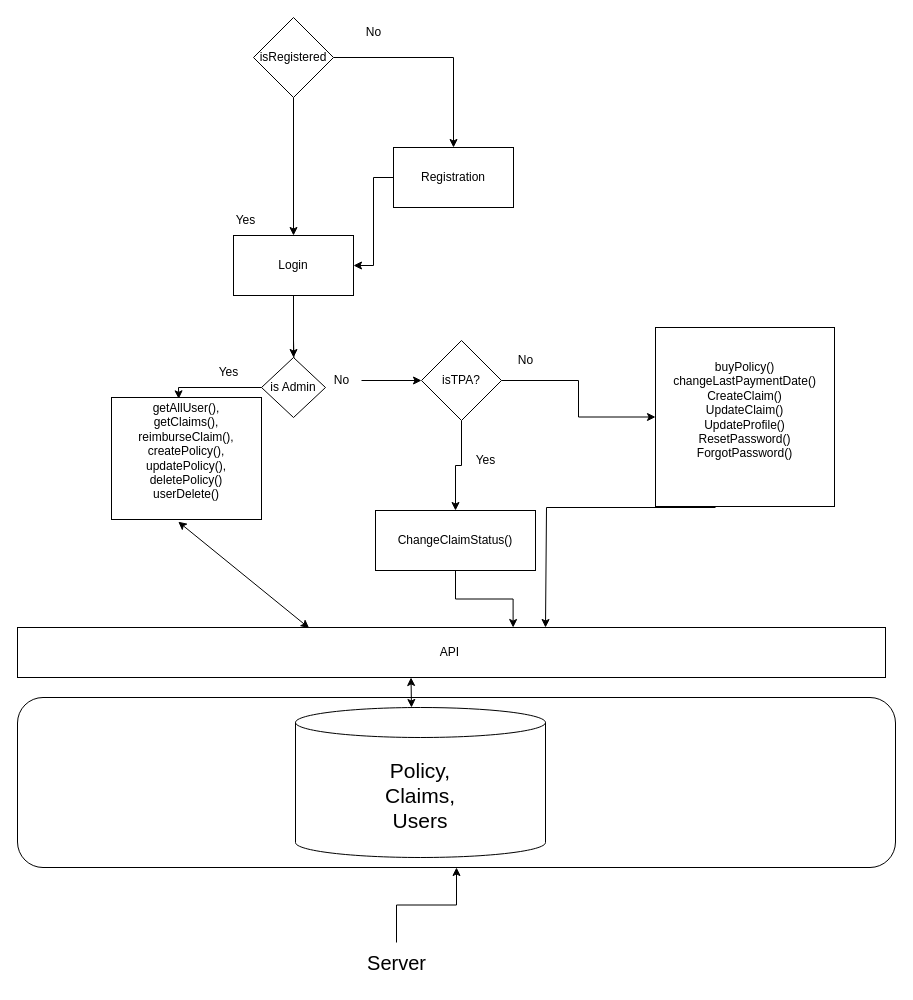
Above: LLD/MYLLD DETAILED.drawio in gautam-u-hub/Claims-Management-System----DEMO (draw.io), before the change. Source tidied: cells renumbered, new cells numbered last; positions are measured from the earlier drawing's top-left corner, leaving out a move shared by most shapes. Both pictures are drawn from the tidied source at 100%, with x=0, y=0 at pixel (17, 17).
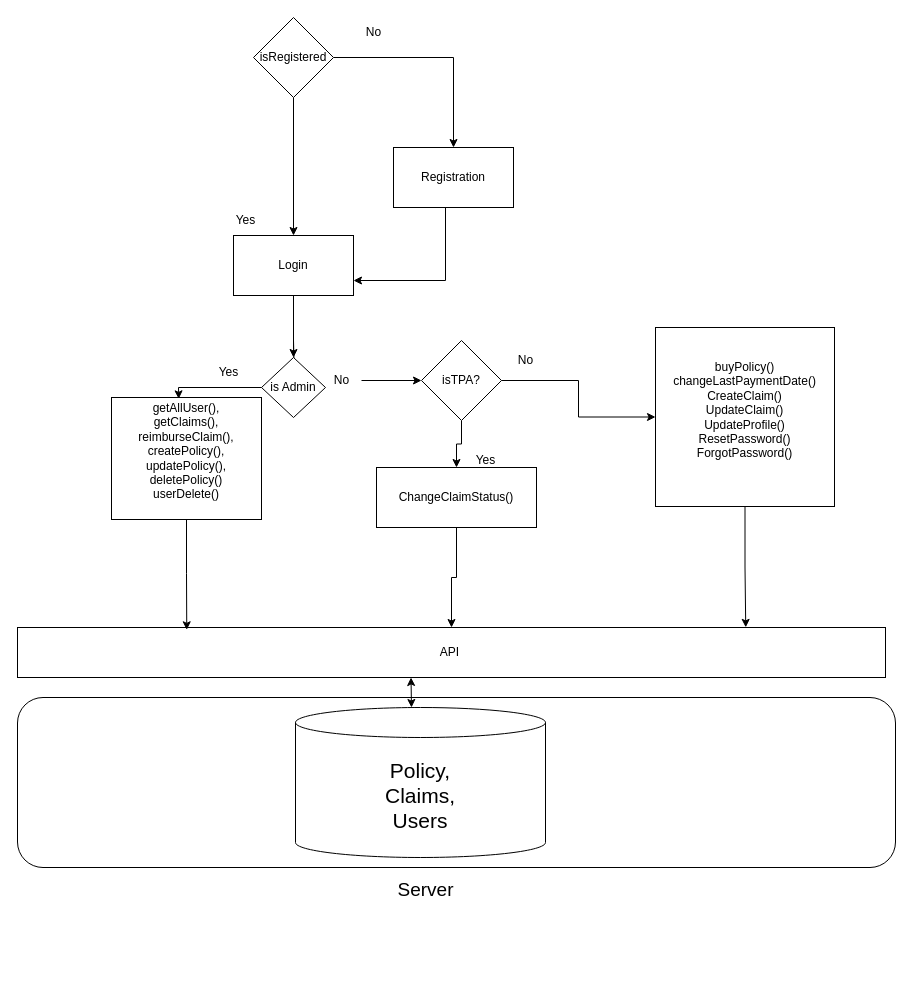
The same page after the edit.

The change refers to these unchanged cells:
```xml
<mxCell id="2" style="rounded=1;whiteSpace=wrap;html=1;" parent="1" vertex="1">
  <mxGeometry y="680" width="878" height="170" as="geometry" />
</mxCell>
<mxCell id="3" value="API&amp;nbsp;" style="rounded=0;whiteSpace=wrap;html=1;" parent="1" vertex="1">
  <mxGeometry y="610" width="868" height="50" as="geometry" />
</mxCell>
<mxCell id="5" value="getAllUser(),&lt;div&gt;getClaims(),&lt;/div&gt;&lt;div&gt;reimburseClaim(),&lt;/div&gt;&lt;div&gt;createPolicy(),&lt;/div&gt;&lt;div&gt;updatePolicy(),&lt;/div&gt;&lt;div&gt;deletePolicy()&lt;/div&gt;&lt;div&gt;userDelete()&lt;/div&gt;&lt;div&gt;&lt;br&gt;&lt;/div&gt;" style="rounded=0;whiteSpace=wrap;html=1;" parent="1" vertex="1">
  <mxGeometry x="94" y="380" width="150" height="122" as="geometry" />
</mxCell>
<mxCell id="22" value="Login" style="whiteSpace=wrap;html=1;" parent="1" vertex="1">
  <mxGeometry x="216" y="218" width="120" height="60" as="geometry" />
</mxCell>
<mxCell id="24" value="Registration" style="whiteSpace=wrap;html=1;" parent="1" vertex="1">
  <mxGeometry x="376" y="130" width="120" height="60" as="geometry" />
</mxCell>
<mxCell id="29" value="buyPolicy()&lt;div&gt;&lt;div&gt;changeLastPaymentDate()&lt;/div&gt;&lt;div&gt;&lt;span style=&quot;background-color: initial;&quot;&gt;CreateClaim()&lt;/span&gt;&lt;br&gt;&lt;/div&gt;&lt;/div&gt;&lt;div&gt;&lt;span style=&quot;background-color: initial;&quot;&gt;UpdateClaim()&lt;/span&gt;&lt;br&gt;&lt;/div&gt;&lt;div&gt;&lt;span style=&quot;background-color: initial;&quot;&gt;UpdateProfile()&lt;/span&gt;&lt;br&gt;&lt;/div&gt;&lt;div&gt;&lt;span style=&quot;background-color: initial;&quot;&gt;ResetPassword()&lt;/span&gt;&lt;br&gt;&lt;/div&gt;&lt;div&gt;&lt;span style=&quot;background-color: initial;&quot;&gt;ForgotPassword()&lt;/span&gt;&lt;br&gt;&lt;/div&gt;&lt;div&gt;&lt;br&gt;&lt;/div&gt;" style="whiteSpace=wrap;html=1;" parent="1" vertex="1">
  <mxGeometry x="638" y="310" width="179" height="179" as="geometry" />
</mxCell>
```

What changed in the source:
```diff
@@
-    <mxCell id="6" style="endArrow=classic;startArrow=classic;html=1;rounded=0;exitX=0.336;exitY=0.012;exitDx=0;exitDy=0;exitPerimeter=0;entryX=0.445;entryY=1.018;entryDx=0;entryDy=0;entryPerimeter=0;" parent="1" edge="1" source="3" target="5">
-      <mxGeometry relative="1" as="geometry" />
-    </mxCell>
@@
+    <mxCell id="17" style="edgeStyle=orthogonalEdgeStyle;rounded=0;jettySize=auto;html=1;" parent="1" edge="1" source="16" target="3">
+      <mxGeometry relative="1" as="geometry" />
+    </mxCell>
     <mxCell id="16" value="ChangeClaimStatus()" style="whiteSpace=wrap;html=1;" parent="1" vertex="1">
-      <mxGeometry x="358" y="493" width="160" height="60" as="geometry" />
+      <mxGeometry x="359" y="450" width="160" height="60" as="geometry" />
     </mxCell>
-    <mxCell id="17" style="edgeStyle=orthogonalEdgeStyle;rounded=0;jettySize=auto;html=1;entryX=0.571;entryY=0;entryDx=0;entryDy=0;entryPerimeter=0;" parent="1" edge="1" source="16" target="3">
-      <mxGeometry relative="1" as="geometry" />
-    </mxCell>
@@
-    <mxCell id="23" style="edgeStyle=orthogonalEdgeStyle;rounded=0;jettySize=auto;html=1;entryX=1;entryY=0.5;entryDx=0;entryDy=0;" parent="1" edge="1" source="24" target="22">
-      <mxGeometry relative="1" as="geometry" />
+    <mxCell id="23" style="edgeStyle=orthogonalEdgeStyle;rounded=0;jettySize=auto;html=1;entryX=1;entryY=0.75;entryDx=0;entryDy=0;" parent="1" edge="1" source="24" target="22">
+      <mxGeometry relative="1" as="geometry">
+        <Array as="points">
+          <mxPoint x="428" y="263" />
+        </Array>
+      </mxGeometry>
     </mxCell>
@@
-    <mxCell id="28" style="edgeStyle=orthogonalEdgeStyle;rounded=0;orthogonalLoop=1;jettySize=auto;html=1;" parent="1" edge="1">
-      <mxGeometry relative="1" as="geometry">
-        <mxPoint x="698" y="490" as="sourcePoint" />
-        <mxPoint x="528" y="610" as="targetPoint" />
-        <Array as="points">
-          <mxPoint x="529" y="490" />
-          <mxPoint x="529" y="610" />
-        </Array>
-      </mxGeometry>
-    </mxCell>
@@
-    <mxCell id="30" style="edgeStyle=orthogonalEdgeStyle;rounded=0;jettySize=auto;html=1;" parent="1" edge="1" source="31" target="2">
-      <mxGeometry relative="1" as="geometry" />
-    </mxCell>
-    <mxCell id="31" value="&lt;font style=&quot;font-size: 20px;&quot;&gt;Server&lt;/font&gt;" style="text;html=1;align=center;verticalAlign=middle;points=[];strokeColor=none;fillColor=none;" parent="1" vertex="1">
-      <mxGeometry x="339" y="925" width="80" height="40" as="geometry" />
-    </mxCell>
@@
+    <mxCell id="34" style="edgeStyle=orthogonalEdgeStyle;rounded=0;jettySize=auto;html=1;entryX=0.839;entryY=-0.003;entryDx=0;entryDy=0;entryPerimeter=0;" parent="1" edge="1" source="29" target="3">
+      <mxGeometry relative="1" as="geometry" />
+    </mxCell>
+    <mxCell id="35" style="edgeStyle=orthogonalEdgeStyle;rounded=0;jettySize=auto;html=1;entryX=0.195;entryY=0.046;entryDx=0;entryDy=0;entryPerimeter=0;" parent="1" edge="1" source="5" target="3">
+      <mxGeometry relative="1" as="geometry" />
+    </mxCell>
+    <mxCell id="31" value="Server" style="text;html=1;align=center;verticalAlign=middle;points=[];strokeColor=none;fillColor=none;fontSize=19;" parent="1" vertex="1">
+      <mxGeometry x="368" y="853" width="80" height="40" as="geometry" />
+    </mxCell>
```
